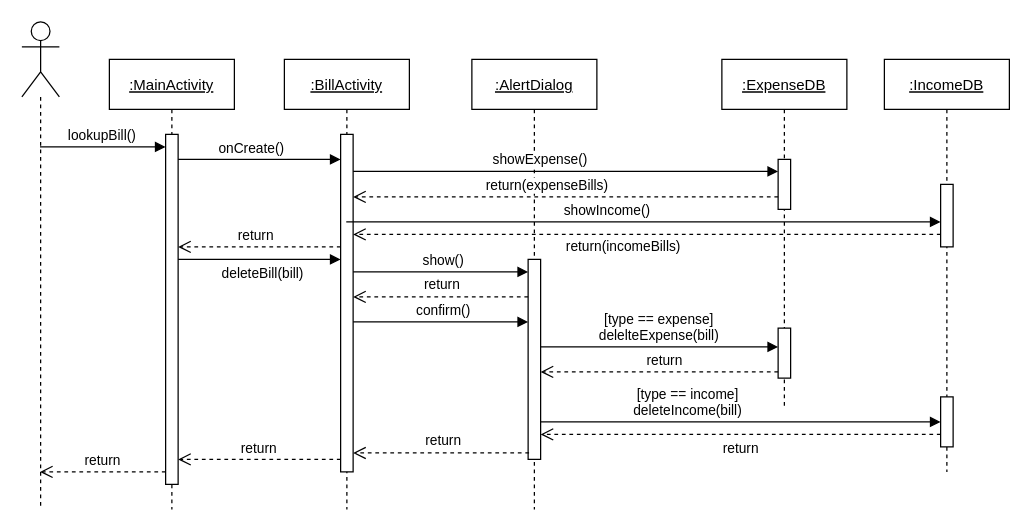
Hengjiu99/UML keeps this draw.io diagram as page "删除账单" (3 of 4) of addBill.drawio. Above is the earlier version. Source tidied: cells renumbered, new cells numbered last; positions are measured from the earlier drawing's top-left corner, leaving out a move shared by most shapes. Both pictures are drawn from the tidied source at 125%, with x=0, y=0 at pixel (21, 21).
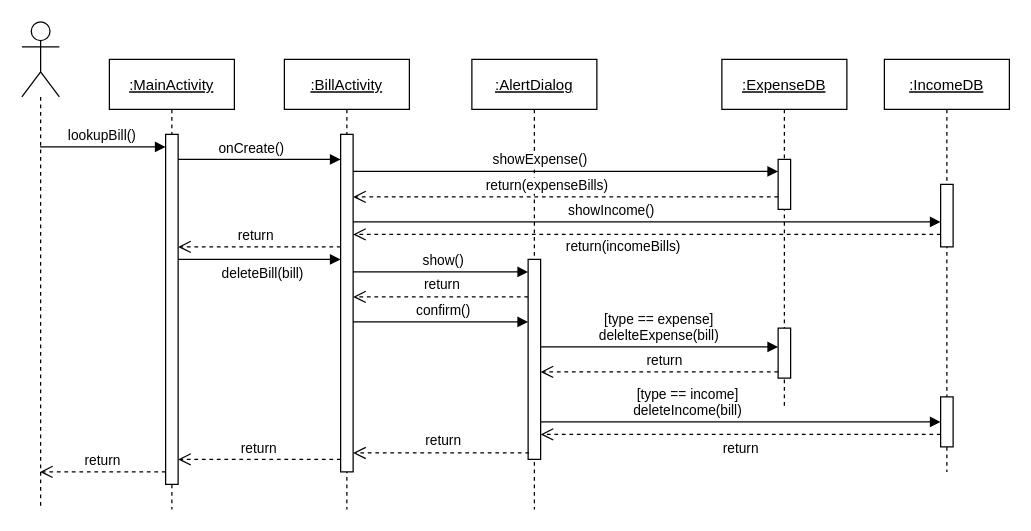
Above is the later version.

The change refers to these unchanged cells:
```xml
<mxCell id="2" value=":BillActivity" style="shape=umlLifeline;perimeter=lifelinePerimeter;rounded=0;shadow=0;strokeWidth=1;fontStyle=4;" parent="1" vertex="1">
  <mxGeometry x="210" y="30" width="100" height="360" as="geometry" />
</mxCell>
<mxCell id="3" style="points=[];perimeter=orthogonalPerimeter;rounded=0;shadow=0;strokeWidth=1;" parent="2" vertex="1">
  <mxGeometry x="45" y="60" width="10" height="270" as="geometry" />
</mxCell>
<mxCell id="18" style="points=[];perimeter=orthogonalPerimeter;rounded=0;shadow=0;strokeWidth=1;" parent="16" vertex="1">
  <mxGeometry x="45" y="100" width="10" height="50" as="geometry" />
</mxCell>
```

The edit, as a diff of the source:
```diff
@@
-    <mxCell id="34" value="showIncome()" style="verticalAlign=bottom;endArrow=block;shadow=0;strokeWidth=1;" parent="1" edge="1" source="2" target="18">
+    <mxCell id="34" value="showIncome()" style="verticalAlign=bottom;endArrow=block;shadow=0;strokeWidth=1;" parent="1" edge="1" source="3" target="18">
       <mxGeometry x="-0.12" relative="1" as="geometry">
         <Array as="points">
           <mxPoint x="380" y="160" />
           <mxPoint x="480" y="160" />
           <mxPoint x="660" y="160" />
         </Array>
       </mxGeometry>
     </mxCell>
```
